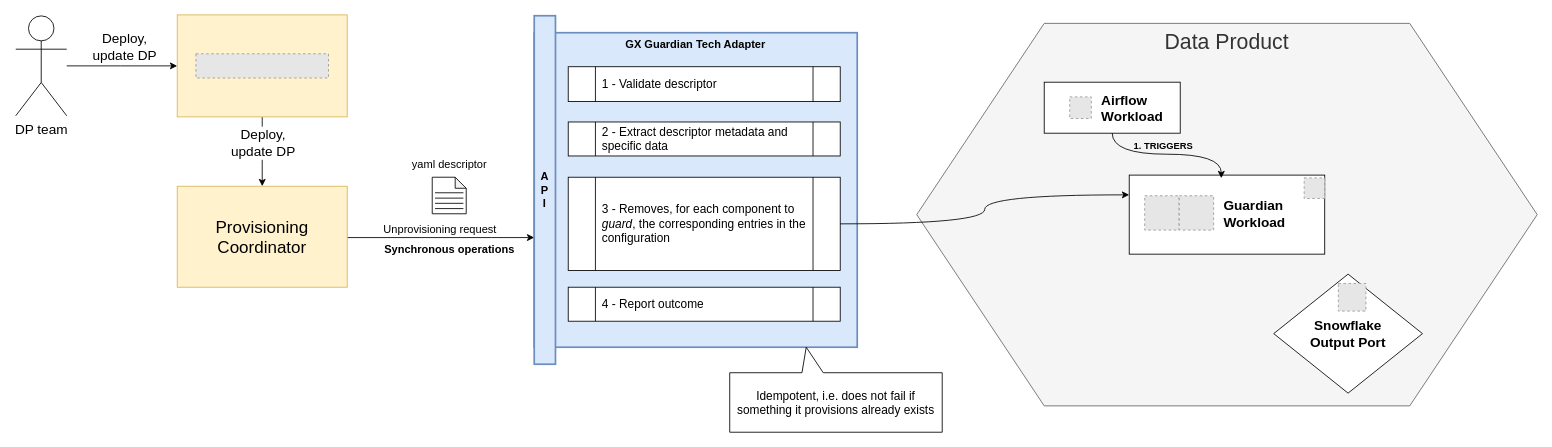
Above: page "Unprovisioning" (3 of 3) of docs/hld.drawio in agile-lab-dev/witboost-great-expectations-guardian-tech-adapter (draw.io), before the change. Source tidied: cells renumbered, new cells numbered last; positions are measured from the earlier drawing's top-left corner, leaving out a move shared by most shapes. Both pictures are drawn from the tidied source at 85%, with x=0, y=0 at pixel (15, 14). Pictures stored in the file or linked from it are replaced by grey dashed boxes.
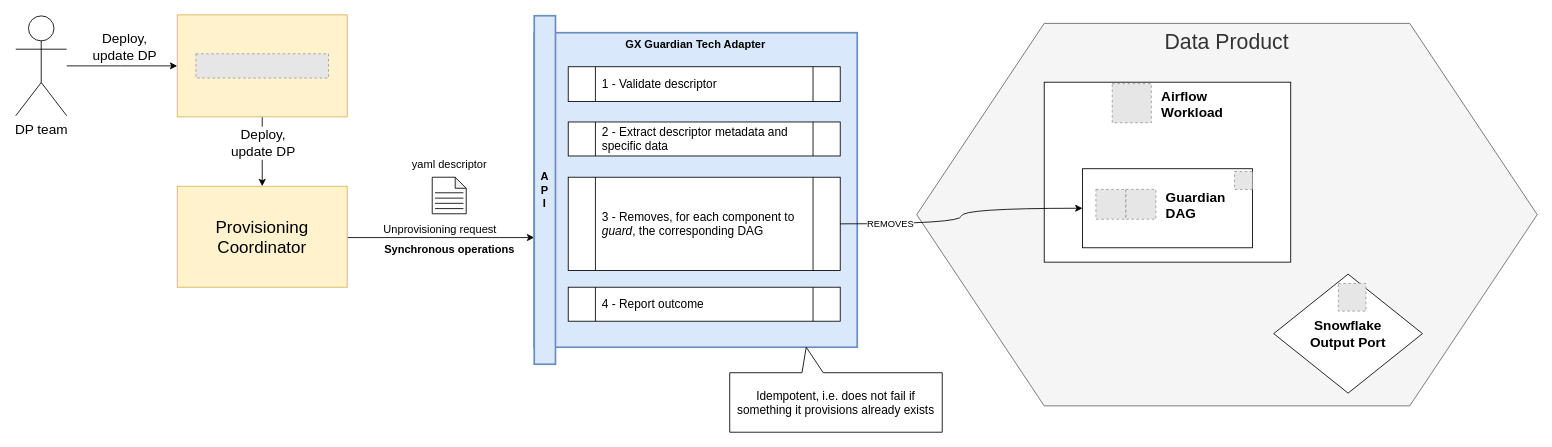
Above is the later version.

Change to the diagram source:
```diff
@@
-    <mxCell id="24" value="3 - Removes, for each component to &lt;i&gt;guard&lt;/i&gt;,&lt;i&gt;&amp;nbsp;&lt;/i&gt;the corresponding entries in the configuration" style="shape=process;whiteSpace=wrap;html=1;backgroundOutline=1;align=left;fontSize=14;spacingLeft=6;" parent="1" vertex="1">
+    <mxCell id="24" value="3 - Removes, for each component to &lt;i&gt;guard&lt;/i&gt;,&lt;i&gt;&amp;nbsp;&lt;/i&gt;the corresponding DAG" style="shape=process;whiteSpace=wrap;html=1;backgroundOutline=1;align=left;fontSize=14;spacingLeft=6;" parent="1" vertex="1">
       <mxGeometry x="650" y="191" width="320" height="109.7" as="geometry" />
     </mxCell>
@@
-    <mxCell id="28" style="group;" parent="1" vertex="1">
-      <mxGeometry x="1310" y="188.5" width="230" height="93" as="geometry" />
-    </mxCell>
-    <mxCell id="29" style="rounded=0;whiteSpace=wrap;html=1;" parent="28" vertex="1">
-      <mxGeometry width="230" height="93" as="geometry" />
-    </mxCell>
-    <mxCell id="30" style="fillColor=#E6E6E6;strokeColor=#999999;dashed=1;verticalLabelPosition=bottom;labelBackgroundColor=default;verticalAlign=top;" parent="28" vertex="1">
-      <mxGeometry x="18.2" y="24.3" width="40.4" height="40.4" as="geometry" />
-    </mxCell>
-    <mxCell id="31" value="Guardian&#10;Workload" style="fillColor=#E6E6E6;strokeColor=#999999;dashed=1;verticalLabelPosition=middle;labelBackgroundColor=none;verticalAlign=middle;fontSize=16;fontStyle=1;labelPosition=right;align=left;spacingLeft=10;" parent="28" vertex="1">
-      <mxGeometry x="58.9" y="24.3" width="40.4" height="40.4" as="geometry" />
-    </mxCell>
-    <mxCell id="32" style="fillColor=#E6E6E6;strokeColor=#999999;dashed=1;verticalLabelPosition=bottom;labelBackgroundColor=default;verticalAlign=top;" parent="28" vertex="1">
-      <mxGeometry x="205.8" y="3.3" width="24.2" height="24.2" as="geometry" />
-    </mxCell>
-    <mxCell id="33" style="group;" parent="1" vertex="1">
-      <mxGeometry x="1210" y="79.2" width="160" height="60" as="geometry" />
-    </mxCell>
-    <mxCell id="34" style="rounded=0;whiteSpace=wrap;html=1;" parent="33" vertex="1">
-      <mxGeometry width="160" height="60" as="geometry" />
-    </mxCell>
+    <mxCell id="41" style="group;" parent="1" vertex="1">
+      <mxGeometry x="1210" y="79.2" width="290" height="211.8" as="geometry" />
+    </mxCell>
+    <mxCell id="42" style="rounded=0;whiteSpace=wrap;html=1;" parent="41" vertex="1">
+      <mxGeometry width="290" height="211.7" as="geometry" />
+    </mxCell>
-    <mxCell id="35" value="Airflow&#10;Workload" style="fillColor=#E6E6E6;strokeColor=#999999;dashed=1;verticalLabelPosition=middle;labelBackgroundColor=none;verticalAlign=middle;labelPosition=right;align=left;spacingLeft=10;fontSize=16;fontStyle=1;" parent="33" vertex="1">
-      <mxGeometry x="30" y="17.3" width="25.4" height="25.4" as="geometry" />
+    <mxCell id="35" value="Airflow&#10;Workload" style="fillColor=#E6E6E6;strokeColor=#999999;dashed=1;verticalLabelPosition=middle;labelBackgroundColor=none;verticalAlign=middle;labelPosition=right;align=left;spacingLeft=10;fontSize=16;fontStyle=1;" parent="41" vertex="1">
+      <mxGeometry x="80" y="1.7" width="46" height="46" as="geometry" />
     </mxCell>
+    <mxCell id="43" style="group;" parent="41" vertex="1">
+      <mxGeometry x="45" y="101.8" width="200" height="93" as="geometry" />
+    </mxCell>
+    <mxCell id="44" style="rounded=0;whiteSpace=wrap;html=1;" parent="43" vertex="1">
+      <mxGeometry width="200" height="93" as="geometry" />
+    </mxCell>
+    <mxCell id="45" style="fillColor=#E6E6E6;strokeColor=#999999;dashed=1;verticalLabelPosition=bottom;labelBackgroundColor=default;verticalAlign=top;" parent="43" vertex="1">
+      <mxGeometry x="15.8" y="24.3" width="35.1" height="35.1" as="geometry" />
+    </mxCell>
+    <mxCell id="46" value="Guardian&#10;DAG" style="fillColor=#E6E6E6;strokeColor=#999999;dashed=1;verticalLabelPosition=middle;labelBackgroundColor=none;verticalAlign=middle;fontSize=16;fontStyle=1;labelPosition=right;align=left;spacingLeft=10;" parent="43" vertex="1">
+      <mxGeometry x="51.2" y="24.3" width="35.1" height="35.1" as="geometry" />
+    </mxCell>
+    <mxCell id="47" style="fillColor=#E6E6E6;strokeColor=#999999;dashed=1;verticalLabelPosition=bottom;labelBackgroundColor=default;verticalAlign=top;" parent="43" vertex="1">
+      <mxGeometry x="178.9" y="3.3" width="21.1" height="21.1" as="geometry" />
+    </mxCell>
@@
-    <mxCell id="38" style="edgeStyle=orthogonalEdgeStyle;rounded=0;jettySize=auto;html=1;exitX=0.5;exitY=1;exitDx=0;exitDy=0;entryX=0.471;entryY=0.039;entryDx=0;entryDy=0;entryPerimeter=0;labelBackgroundColor=none;curved=1;" parent="1" edge="1" source="34" target="29">
-      <mxGeometry relative="1" as="geometry" />
-    </mxCell>
-    <mxCell id="39" value="&lt;span&gt;1. TRIGGERS&lt;/span&gt;" style="edgeLabel;html=1;align=center;verticalAlign=middle;labelBackgroundColor=none;spacingTop=-15;fontStyle=1;" parent="38" vertex="1">
-      <mxGeometry x="-0.12" relative="1" as="geometry">
-        <mxPoint x="4" y="-3" as="offset" />
-      </mxGeometry>
-    </mxCell>
-    <mxCell id="40" style="edgeStyle=orthogonalEdgeStyle;rounded=0;jettySize=auto;html=1;exitX=1;exitY=0.5;exitDx=0;exitDy=0;entryX=0;entryY=0.25;entryDx=0;entryDy=0;curved=1;" parent="1" edge="1" source="24" target="29">
-      <mxGeometry relative="1" as="geometry" />
-    </mxCell>
+    <mxCell id="48" style="edgeStyle=orthogonalEdgeStyle;rounded=0;jettySize=auto;html=1;exitX=1;exitY=0.5;exitDx=0;exitDy=0;entryX=0;entryY=0.5;entryDx=0;entryDy=0;curved=1;" parent="1" edge="1" source="24" target="44">
+      <mxGeometry relative="1" as="geometry" />
+    </mxCell>
+    <mxCell id="49" value="REMOVES" style="edgeLabel;html=1;align=center;verticalAlign=middle;" parent="48" vertex="1">
+      <mxGeometry x="-0.61" relative="1" as="geometry" />
+    </mxCell>
```
